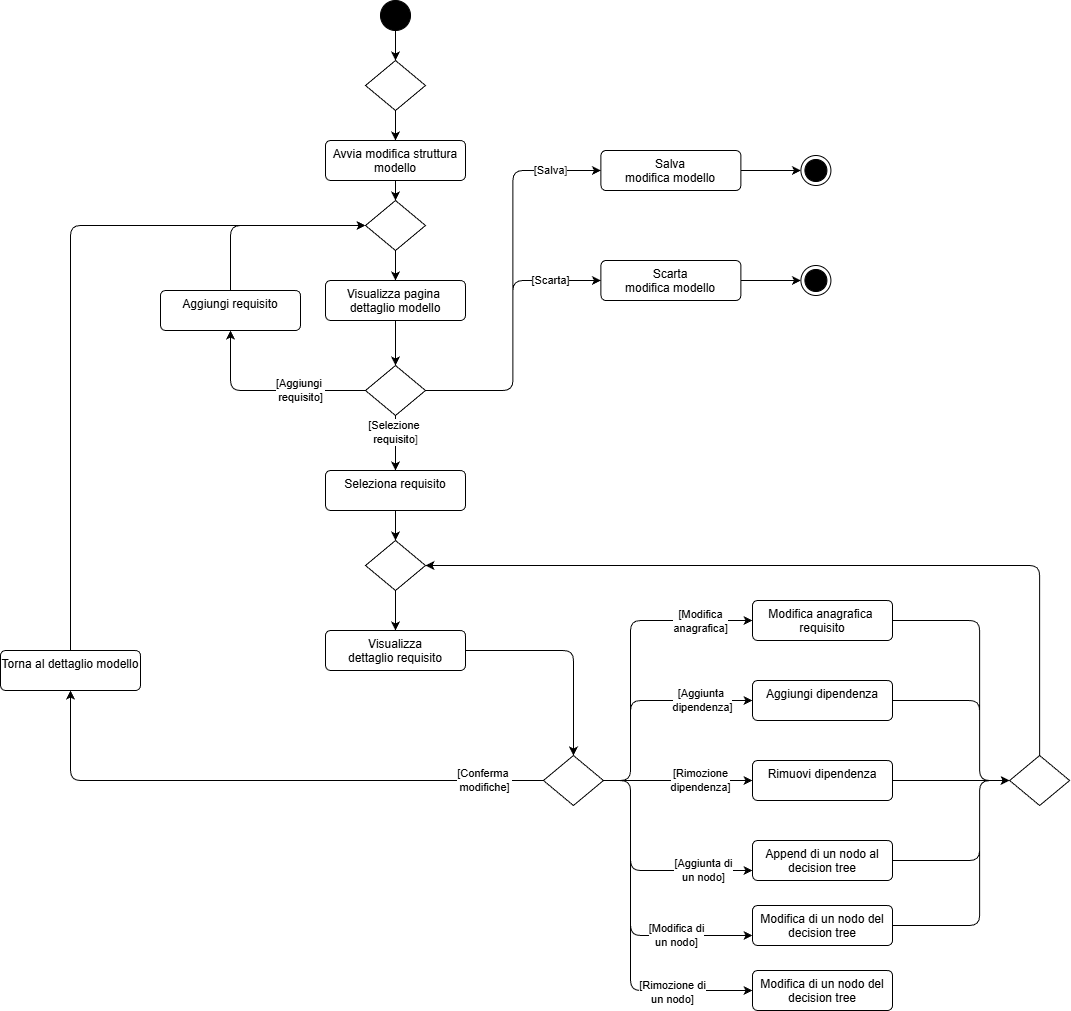
The draw.io diagram src/RTB/DocumentazioneEsterna/Analisi_dei_Requisiti/content/use_case/diagrammi-attivita/images/modifica-struttura-modello.drawio.png in GroupRubberDuck/Documentazione, before a commit. Source tidied: cells renumbered, new cells last; positions are measured from the earlier drawing's top-left corner, leaving out a move shared by most shapes.
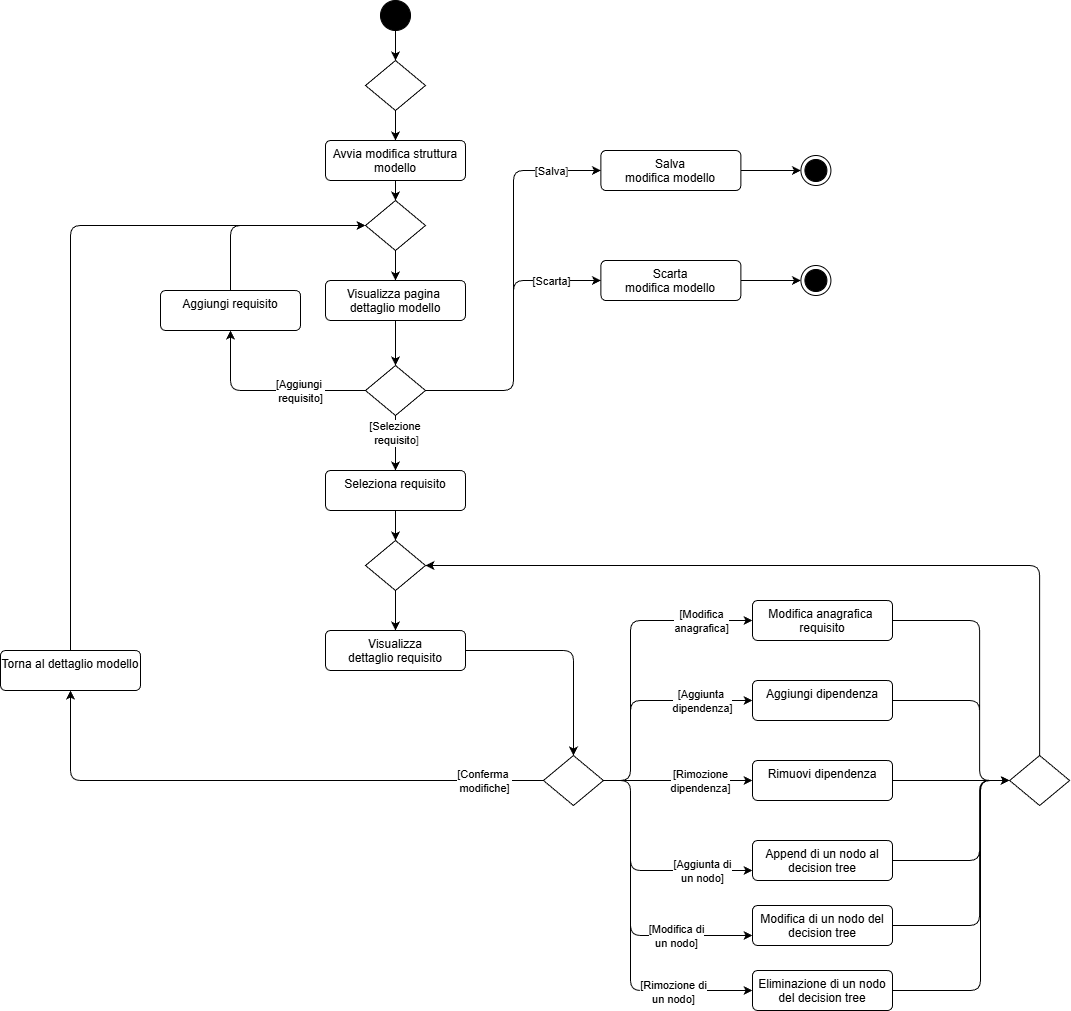
The same diagram one commit later.

What changed in the source:
```diff
@@ -279,7 +279,15 @@
         <mxPoint x="12" y="12" as="offset" />
       </mxGeometry>
     </mxCell>
+    <mxCell id="65" style="edgeStyle=orthogonalEdgeStyle;html=1;" parent="1" edge="1" source="64" target="60">
+      <mxGeometry relative="1" as="geometry">
+        <Array as="points">
+          <mxPoint x="980" y="990" />
+          <mxPoint x="980" y="780" />
+        </Array>
+      </mxGeometry>
+    </mxCell>
-    <mxCell id="64" value="Modifica di un nodo del decision tree" style="html=1;align=center;verticalAlign=top;rounded=1;absoluteArcSize=1;arcSize=10;dashed=0;whiteSpace=wrap;" parent="1" vertex="1">
+    <mxCell id="64" value="Eliminazione di un nodo del decision tree" style="html=1;align=center;verticalAlign=top;rounded=1;absoluteArcSize=1;arcSize=10;dashed=0;whiteSpace=wrap;" parent="1" vertex="1">
       <mxGeometry x="752" y="970" width="140" height="40" as="geometry" />
     </mxCell>
   </root>
```
